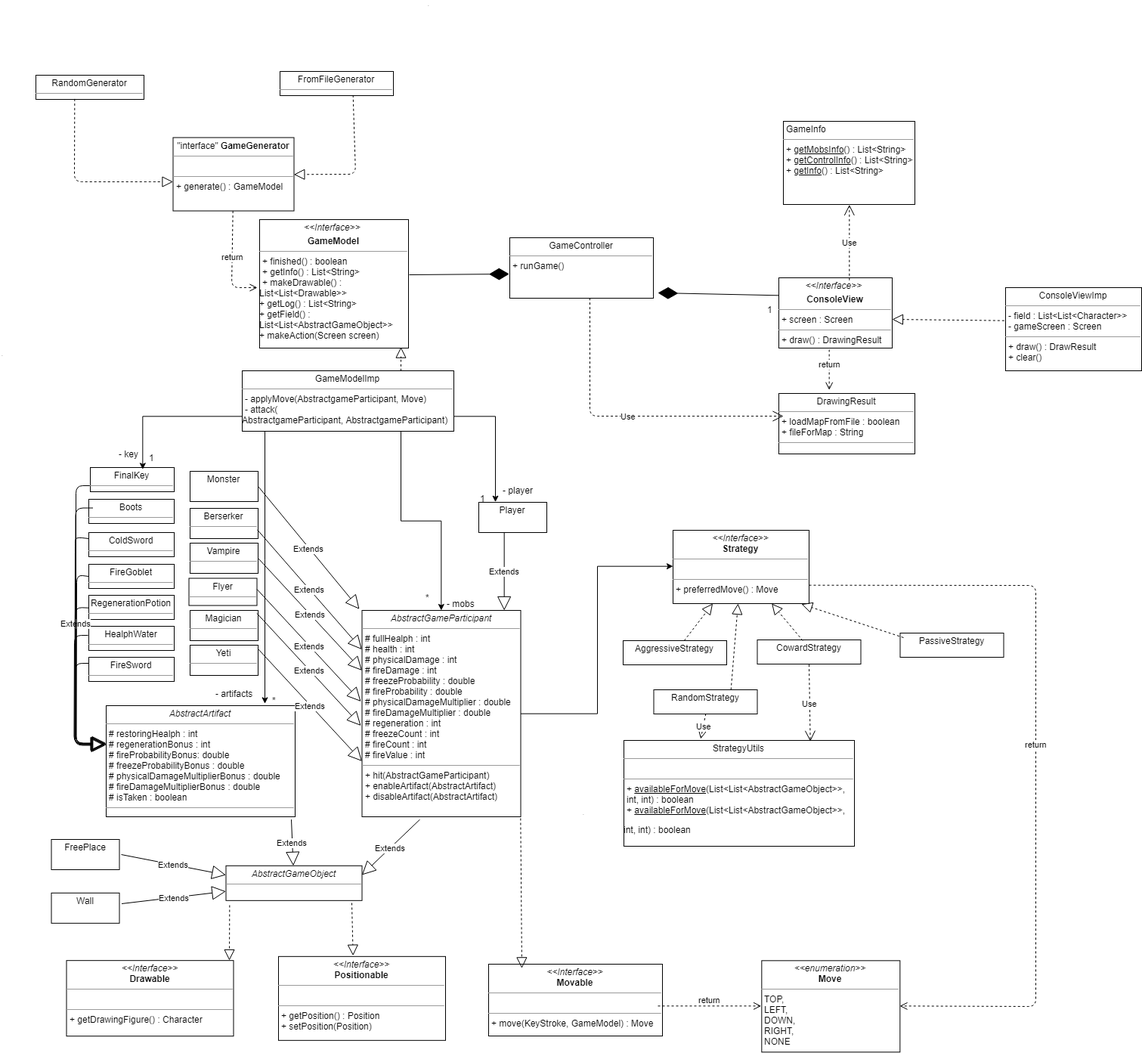
Above: roguelike/classes.png in Hotckiss/SoftwareDesign (draw.io), before the change. Source tidied: cells renumbered, new cells last; positions are measured from the earlier drawing's top-left corner, leaving out a move shared by most shapes.
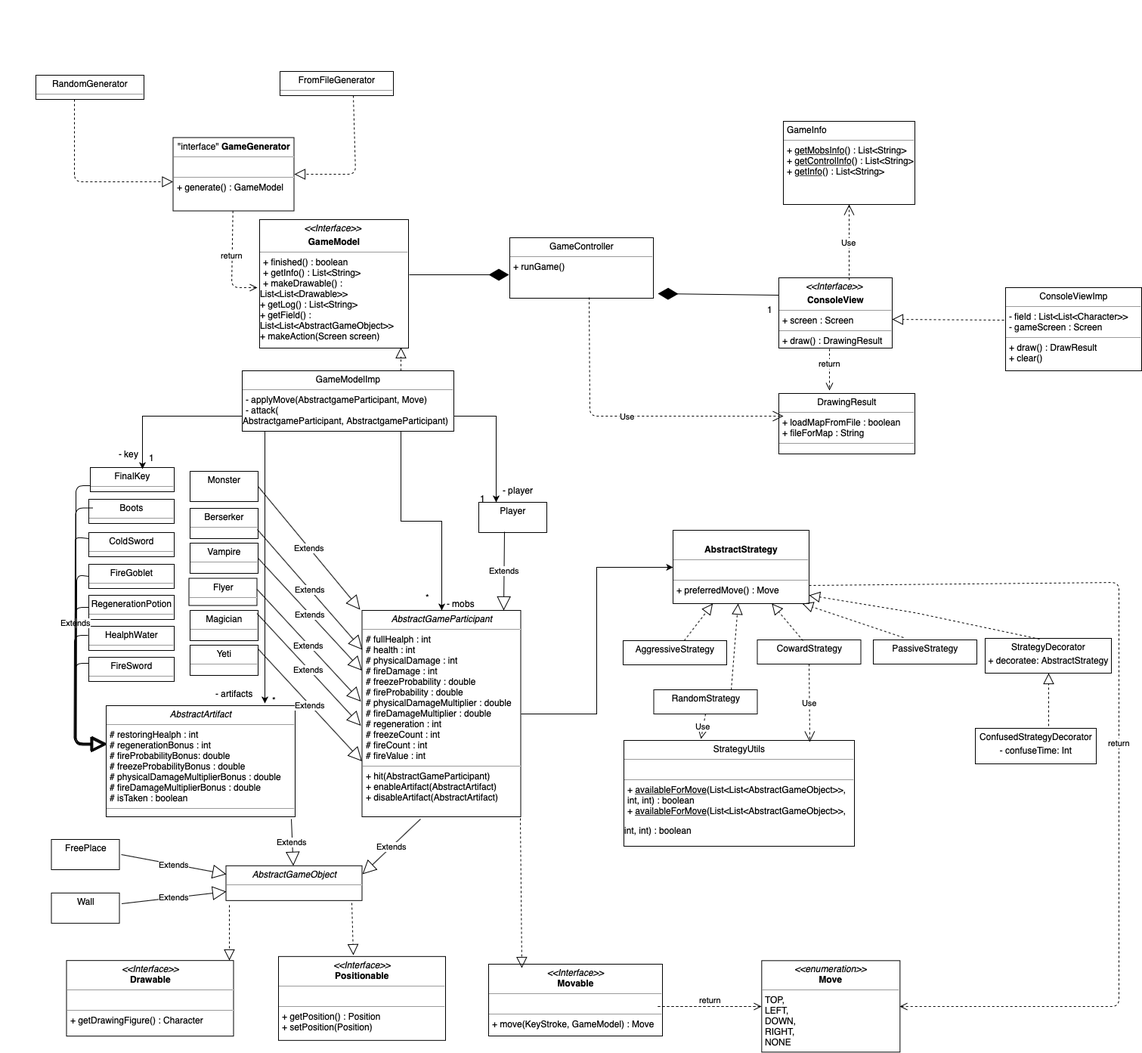
Above is the later version.

The edit, as a diff of the source:
```diff
@@ -99,7 +99,7 @@
         </Array>
       </mxGeometry>
     </mxCell>
-    <mxCell id="31" value="&lt;p style=&quot;margin: 0px ; margin-top: 4px ; text-align: center&quot;&gt;&lt;i&gt;&amp;lt;&amp;lt;Interface&amp;gt;&amp;gt;&lt;/i&gt;&lt;br&gt;&lt;b&gt;Strategy&lt;/b&gt;&lt;/p&gt;&lt;hr size=&quot;1&quot;&gt;&lt;p style=&quot;margin: 0px ; margin-left: 4px&quot;&gt;&lt;br&gt;&lt;/p&gt;&lt;hr size=&quot;1&quot;&gt;&lt;p style=&quot;margin: 0px ; margin-left: 4px&quot;&gt;+ preferredMove() : Move&lt;/p&gt;" style="verticalAlign=top;align=left;overflow=fill;fontSize=12;fontFamily=Helvetica;html=1;rounded=0;shadow=0;comic=0;labelBackgroundColor=none;strokeColor=#000000;strokeWidth=1;fillColor=#ffffff;" parent="1" vertex="1">
+    <mxCell id="31" value="&lt;p style=&quot;margin: 0px ; margin-top: 4px ; text-align: center&quot;&gt;&lt;br&gt;&lt;b&gt;AbstractStrategy&lt;/b&gt;&lt;/p&gt;&lt;hr size=&quot;1&quot;&gt;&lt;p style=&quot;margin: 0px ; margin-left: 4px&quot;&gt;&lt;br&gt;&lt;/p&gt;&lt;hr size=&quot;1&quot;&gt;&lt;p style=&quot;margin: 0px ; margin-left: 4px&quot;&gt;+ preferredMove() : Move&lt;/p&gt;" style="verticalAlign=top;align=left;overflow=fill;fontSize=12;fontFamily=Helvetica;html=1;rounded=0;shadow=0;comic=0;labelBackgroundColor=none;strokeColor=#000000;strokeWidth=1;fillColor=#ffffff;" parent="1" vertex="1">
       <mxGeometry x="890" y="701" width="180" height="97" as="geometry" />
     </mxCell>
     <mxCell id="32" value="&lt;p style=&quot;margin: 0px ; margin-top: 4px ; text-align: center&quot;&gt;AggressiveStrategy&lt;/p&gt;&lt;p style=&quot;margin: 0px ; margin-left: 4px&quot;&gt;&lt;br&gt;&lt;/p&gt;" style="verticalAlign=top;align=left;overflow=fill;fontSize=12;fontFamily=Helvetica;html=1;rounded=0;shadow=0;comic=0;labelBackgroundColor=none;strokeColor=#000000;strokeWidth=1;fillColor=#ffffff;" parent="1" vertex="1">
@@ -109,7 +109,7 @@
       <mxGeometry x="1001.5" y="846" width="137" height="32" as="geometry" />
     </mxCell>
     <mxCell id="34" value="&lt;p style=&quot;margin: 0px ; margin-top: 4px ; text-align: center&quot;&gt;PassiveStrategy&lt;/p&gt;" style="verticalAlign=top;align=left;overflow=fill;fontSize=12;fontFamily=Helvetica;html=1;rounded=0;shadow=0;comic=0;labelBackgroundColor=none;strokeColor=#000000;strokeWidth=1;fillColor=#ffffff;" parent="1" vertex="1">
-      <mxGeometry x="1190.5" y="837" width="137" height="32" as="geometry" />
+      <mxGeometry x="1155" y="846" width="137" height="32" as="geometry" />
     </mxCell>
     <mxCell id="35" value="&lt;p style=&quot;margin: 0px ; margin-top: 4px ; text-align: center&quot;&gt;RandomStrategy&lt;/p&gt;" style="verticalAlign=top;align=left;overflow=fill;fontSize=12;fontFamily=Helvetica;html=1;rounded=0;shadow=0;comic=0;labelBackgroundColor=none;strokeColor=#000000;strokeWidth=1;fillColor=#ffffff;" parent="1" vertex="1">
       <mxGeometry x="864.5" y="912" width="137" height="32" as="geometry" />
@@ -306,8 +306,9 @@
     <mxCell id="76" value="return" style="html=1;verticalAlign=bottom;endArrow=open;dashed=1;endSize=8;exitX=1;exitY=0.75;exitDx=0;exitDy=0;entryX=1;entryY=0.5;entryDx=0;entryDy=0;" parent="1" edge="1" source="31" target="42">
       <mxGeometry relative="1" as="geometry">
         <Array as="points">
-          <mxPoint x="1370" y="774" />
-          <mxPoint x="1370" y="1331" />
+          <mxPoint x="1480" y="770" />
+          <mxPoint x="1480" y="1050" />
+          <mxPoint x="1480" y="1331" />
         </Array>
       </mxGeometry>
     </mxCell>
@@ -394,5 +395,23 @@
     <mxCell id="97" value="Use" style="endArrow=open;endSize=12;dashed=1;html=1;exitX=0.5;exitY=1;exitDx=0;exitDy=0;entryX=0.808;entryY=0.014;entryDx=0;entryDy=0;entryPerimeter=0;" parent="1" edge="1" source="33" target="40">
       <mxGeometry relative="1" as="geometry" />
     </mxCell>
+    <mxCell id="98" value="&lt;p style=&quot;margin: 0px ; margin-top: 4px ; text-align: center&quot;&gt;StrategyDecorator&lt;/p&gt;&lt;p style=&quot;margin: 0px ; margin-top: 4px ; text-align: center&quot;&gt;+ decoratee: AbstractStrategy&lt;/p&gt;" style="verticalAlign=top;align=left;overflow=fill;fontSize=12;fontFamily=Helvetica;html=1;rounded=0;shadow=0;comic=0;labelBackgroundColor=none;strokeColor=#000000;strokeWidth=1;fillColor=#ffffff;" parent="1" vertex="1">
+      <mxGeometry x="1303" y="844" width="167" height="46" as="geometry" />
+    </mxCell>
+    <mxCell id="99" style="endArrow=block;dashed=1;endFill=0;endSize=12;html=1;entryX=1;entryY=0.887;entryDx=0;entryDy=0;entryPerimeter=0;exitX=0.431;exitY=0.031;exitDx=0;exitDy=0;exitPerimeter=0;" parent="1" edge="1" source="98" target="31">
+      <mxGeometry relative="1" as="geometry">
+        <Array as="points">
+          <mxPoint x="1210" y="810" />
+        </Array>
+      </mxGeometry>
+    </mxCell>
+    <mxCell id="100" style="endArrow=block;dashed=1;endFill=0;endSize=12;html=1;entryX=0.5;entryY=1;entryDx=0;entryDy=0;" parent="1" edge="1" target="98">
+      <mxGeometry relative="1" as="geometry">
+        <mxPoint x="1387" y="960" as="sourcePoint" />
+      </mxGeometry>
+    </mxCell>
+    <mxCell id="101" value="&lt;p style=&quot;margin: 0px ; margin-top: 4px ; text-align: center&quot;&gt;ConfusedStrategyDecorator&lt;/p&gt;&lt;p style=&quot;margin: 0px ; margin-top: 4px ; text-align: center&quot;&gt;- confuseTime: Int&lt;/p&gt;" style="verticalAlign=top;align=left;overflow=fill;fontSize=12;fontFamily=Helvetica;html=1;rounded=0;shadow=0;comic=0;labelBackgroundColor=none;strokeColor=#000000;strokeWidth=1;fillColor=#ffffff;" parent="1" vertex="1">
+      <mxGeometry x="1290" y="963" width="160" height="47" as="geometry" />
+    </mxCell>
   </root>
 </mxGraphModel>
```
